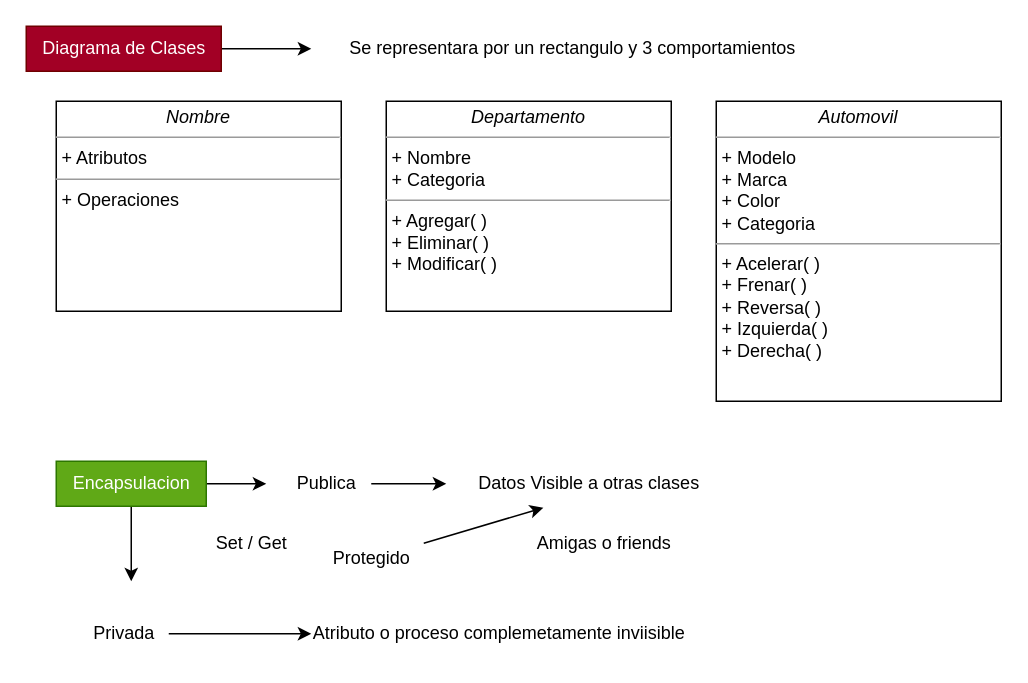
Earlier version of the draw.io diagram page "DigramadeClases" (1 of 3) of DiagramaClases.Drawio (JlchavezG/Poo). Source tidied: cells renumbered, new cells numbered last; positions are measured from the earlier drawing's top-left corner, leaving out a move shared by most shapes. Both pictures are drawn from the tidied source at 150%, with x=0, y=0 at pixel (26, 26).
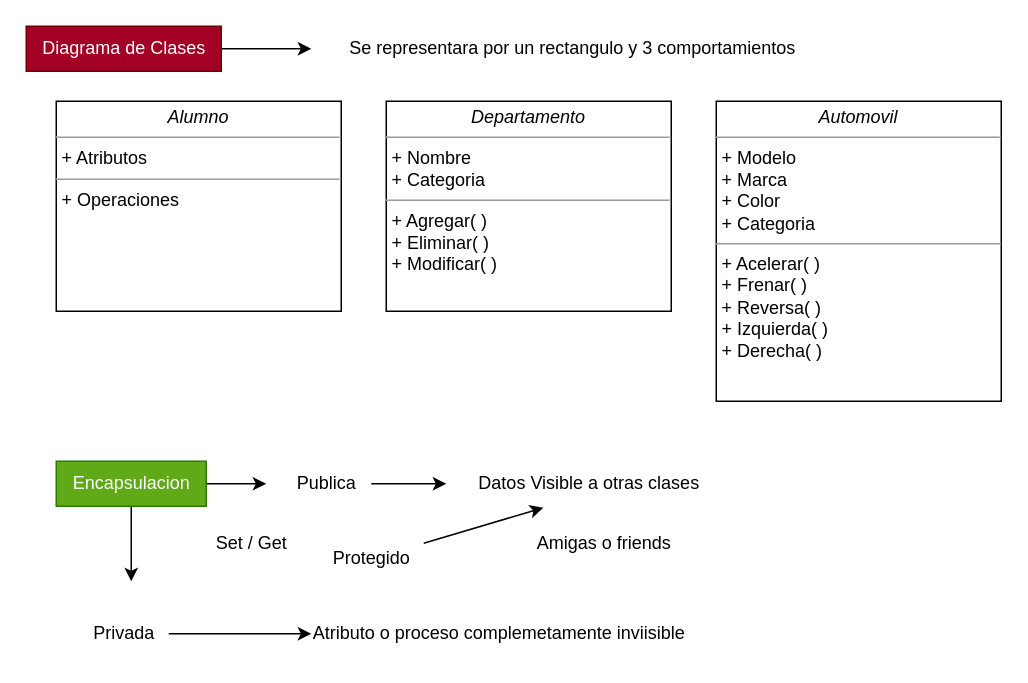
The same page after the edit.

Diff of the diagram source:
```diff
@@
-    <mxCell id="5" value="&lt;p style=&quot;margin:0px;margin-top:4px;text-align:center;&quot;&gt;&lt;i&gt;Nombre&lt;/i&gt;&lt;/p&gt;&lt;hr size=&quot;1&quot;&gt;&lt;p style=&quot;margin:0px;margin-left:4px;&quot;&gt;+ Atributos&lt;/p&gt;&lt;hr size=&quot;1&quot;&gt;&lt;p style=&quot;margin:0px;margin-left:4px;&quot;&gt;+ Operaciones&lt;/p&gt;" style="verticalAlign=top;align=left;overflow=fill;fontSize=12;fontFamily=Helvetica;html=1;" parent="1" vertex="1">
+    <mxCell id="5" value="&lt;p style=&quot;margin:0px;margin-top:4px;text-align:center;&quot;&gt;&lt;i&gt;Alumno&lt;/i&gt;&lt;/p&gt;&lt;hr size=&quot;1&quot;&gt;&lt;p style=&quot;margin:0px;margin-left:4px;&quot;&gt;+ Atributos&lt;/p&gt;&lt;hr size=&quot;1&quot;&gt;&lt;p style=&quot;margin:0px;margin-left:4px;&quot;&gt;+ Operaciones&lt;/p&gt;" style="verticalAlign=top;align=left;overflow=fill;fontSize=12;fontFamily=Helvetica;html=1;" parent="1" vertex="1">
       <mxGeometry x="20" y="50" width="190" height="140" as="geometry" />
     </mxCell>
```
